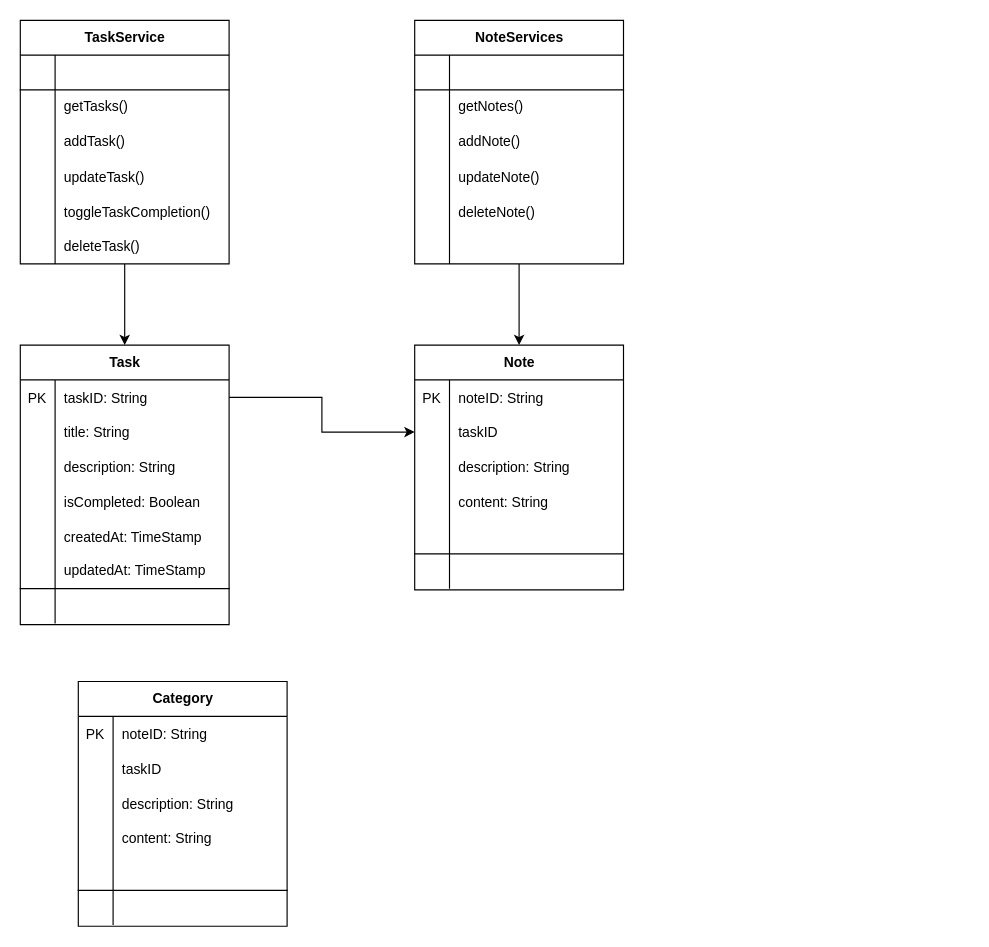
This is img/TaskManager.drawio from ngnhonk/Flutter-Nhom-02, a draw.io file, before an edit. Source tidied: cells renumbered, new cells numbered last; positions are measured from the earlier drawing's top-left corner, leaving out a move shared by most shapes. Both pictures are drawn from the tidied source at 116%, with x=0, y=0 at pixel (20, 20).
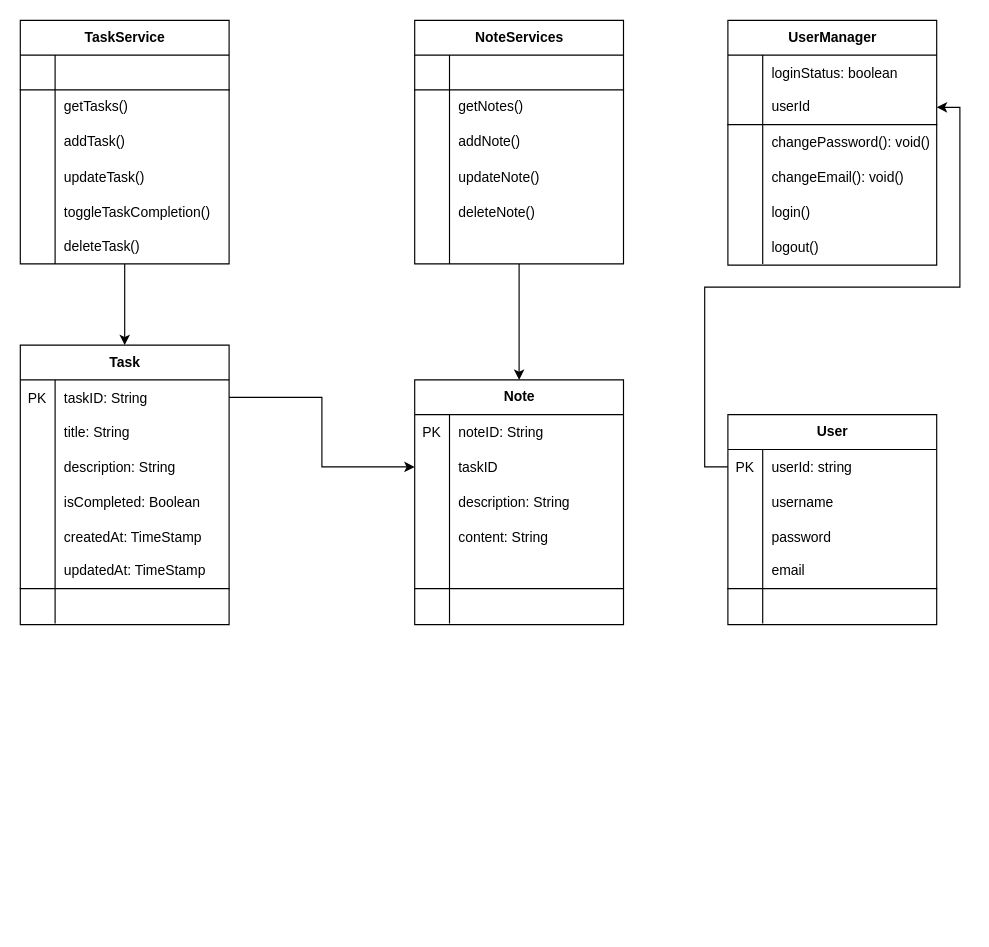
The same page after the edit.

The edit, as a diff of the source:
```diff
@@
     <mxCell id="24" value="&lt;b&gt;Note&lt;/b&gt;" style="shape=table;startSize=30;childLayout=tableLayout;rowLines=0;fontStyle=0;align=center;html=1;" parent="1" vertex="1">
-      <mxGeometry x="340" y="280" width="180" height="211" as="geometry" />
+      <mxGeometry x="340" y="310" width="180" height="211" as="geometry" />
     </mxCell>
@@
-    <mxCell id="44" value="&lt;b&gt;Category&lt;/b&gt;" style="shape=table;startSize=30;childLayout=tableLayout;rowLines=0;fontStyle=0;align=center;html=1;" parent="1" vertex="1">
-      <mxGeometry x="50" y="570" width="180" height="211" as="geometry" />
-    </mxCell>
-    <mxCell id="45" style="shape=tableRow;horizontal=0;startSize=0;swimlaneHead=0;swimlaneBody=0;fillColor=none;points=[[0,0.5],[1,0.5]];portConstraint=eastwest;top=0;left=0;right=0;bottom=0;fontStyle=0;" parent="44" vertex="1">
-      <mxGeometry y="30" width="180" height="30" as="geometry" />
-    </mxCell>
-    <mxCell id="46" value="PK" style="shape=partialRectangle;fillColor=none;top=0;left=0;bottom=0;right=0;overflow=hidden;fontStyle=0;" parent="45" vertex="1">
-      <mxGeometry width="30" height="30" as="geometry" />
-    </mxCell>
-    <mxCell id="47" value="noteID: String" style="shape=partialRectangle;fillColor=none;top=0;left=0;bottom=0;right=0;align=left;spacingLeft=6;overflow=hidden;fontStyle=0;" parent="45" vertex="1">
-      <mxGeometry x="30" width="150" height="30" as="geometry" />
-    </mxCell>
-    <mxCell id="48" style="shape=tableRow;horizontal=0;startSize=0;swimlaneHead=0;swimlaneBody=0;fillColor=none;top=0;left=0;right=0;bottom=0;" parent="44" vertex="1">
-      <mxGeometry y="60" width="180" height="30" as="geometry" />
-    </mxCell>
-    <mxCell id="49" style="shape=partialRectangle;fillColor=none;top=0;left=0;bottom=0;right=0;overflow=hidden;" parent="48" vertex="1">
-      <mxGeometry width="30" height="30" as="geometry" />
-    </mxCell>
-    <mxCell id="50" value="taskID" style="shape=partialRectangle;fillColor=none;top=0;left=0;bottom=0;right=0;align=left;spacingLeft=6;overflow=hidden;" parent="48" vertex="1">
-      <mxGeometry x="30" width="150" height="30" as="geometry" />
-    </mxCell>
-    <mxCell id="51" style="shape=tableRow;horizontal=0;startSize=0;swimlaneHead=0;swimlaneBody=0;fillColor=none;top=0;left=0;right=0;bottom=0;fontStyle=0;" parent="44" vertex="1">
-      <mxGeometry y="90" width="180" height="30" as="geometry" />
-    </mxCell>
-    <mxCell id="52" style="shape=partialRectangle;fillColor=none;top=0;left=0;bottom=0;right=0;overflow=hidden;fontStyle=0;" parent="51" vertex="1">
-      <mxGeometry width="30" height="30" as="geometry" />
-    </mxCell>
-    <mxCell id="53" value="description: String" style="shape=partialRectangle;fillColor=none;top=0;left=0;bottom=0;right=0;align=left;spacingLeft=6;overflow=hidden;fontStyle=0;" parent="51" vertex="1">
-      <mxGeometry x="30" width="150" height="30" as="geometry" />
-    </mxCell>
-    <mxCell id="54" style="shape=tableRow;horizontal=0;startSize=0;swimlaneHead=0;swimlaneBody=0;fillColor=none;top=0;left=0;right=0;bottom=0;" parent="44" vertex="1">
-      <mxGeometry y="120" width="180" height="30" as="geometry" />
-    </mxCell>
-    <mxCell id="55" style="shape=partialRectangle;fillColor=none;top=0;left=0;bottom=0;right=0;overflow=hidden;" parent="54" vertex="1">
-      <mxGeometry width="30" height="30" as="geometry" />
-    </mxCell>
-    <mxCell id="56" value="content: String" style="shape=partialRectangle;fillColor=none;top=0;left=0;bottom=0;right=0;align=left;spacingLeft=6;overflow=hidden;" parent="54" vertex="1">
-      <mxGeometry x="30" width="150" height="30" as="geometry" />
-    </mxCell>
-    <mxCell id="57" style="shape=tableRow;horizontal=0;startSize=0;swimlaneHead=0;swimlaneBody=0;fillColor=none;top=0;left=0;right=0;bottom=1;fontStyle=0;" parent="44" vertex="1">
-      <mxGeometry y="150" width="180" height="30" as="geometry" />
-    </mxCell>
-    <mxCell id="58" style="shape=partialRectangle;fillColor=none;top=0;left=0;bottom=0;right=0;fontStyle=0;overflow=hidden;whiteSpace=wrap;html=1;" parent="57" vertex="1">
-      <mxGeometry width="30" height="30" as="geometry" />
-    </mxCell>
-    <mxCell id="59" style="shape=partialRectangle;fillColor=none;top=0;left=0;bottom=0;right=0;align=left;spacingLeft=6;fontStyle=0;overflow=hidden;whiteSpace=wrap;html=1;" parent="57" vertex="1">
-      <mxGeometry x="30" width="150" height="30" as="geometry" />
-    </mxCell>
-    <mxCell id="60" style="shape=tableRow;horizontal=0;startSize=0;swimlaneHead=0;swimlaneBody=0;fillColor=none;top=0;left=0;right=0;bottom=0;" parent="44" vertex="1">
-      <mxGeometry y="180" width="180" height="30" as="geometry" />
-    </mxCell>
-    <mxCell id="61" style="shape=partialRectangle;fillColor=none;top=0;left=0;bottom=0;right=0;overflow=hidden;" parent="60" vertex="1">
-      <mxGeometry width="30" height="30" as="geometry" />
-    </mxCell>
-    <mxCell id="62" style="shape=partialRectangle;fillColor=none;top=0;left=0;bottom=0;right=0;align=left;spacingLeft=6;overflow=hidden;" parent="60" vertex="1">
-      <mxGeometry x="30" width="150" height="30" as="geometry" />
-    </mxCell>
@@
+    <mxCell id="103" value="&lt;b&gt;User&lt;/b&gt;" style="shape=table;startSize=30;childLayout=tableLayout;rowLines=0;fontStyle=0;align=center;html=1;" parent="1" vertex="1">
+      <mxGeometry x="610" y="340" width="180" height="181" as="geometry" />
+    </mxCell>
+    <mxCell id="45" style="shape=tableRow;horizontal=0;startSize=0;swimlaneHead=0;swimlaneBody=0;fillColor=none;points=[[0,0.5],[1,0.5]];portConstraint=eastwest;top=0;left=0;right=0;bottom=0;fontStyle=0;" parent="103" vertex="1">
+      <mxGeometry y="30" width="180" height="30" as="geometry" />
+    </mxCell>
+    <mxCell id="46" value="PK" style="shape=partialRectangle;fillColor=none;top=0;left=0;bottom=0;right=0;overflow=hidden;fontStyle=0;" parent="45" vertex="1">
+      <mxGeometry width="30" height="30" as="geometry" />
+    </mxCell>
+    <mxCell id="104" value="userId: string" style="shape=partialRectangle;fillColor=none;top=0;left=0;bottom=0;right=0;align=left;spacingLeft=6;overflow=hidden;fontStyle=0;" parent="45" vertex="1">
+      <mxGeometry x="30" width="150" height="30" as="geometry" />
+    </mxCell>
+    <mxCell id="48" style="shape=tableRow;horizontal=0;startSize=0;swimlaneHead=0;swimlaneBody=0;fillColor=none;top=0;left=0;right=0;bottom=0;" parent="103" vertex="1">
+      <mxGeometry y="60" width="180" height="30" as="geometry" />
+    </mxCell>
+    <mxCell id="105" style="shape=partialRectangle;fillColor=none;top=0;left=0;bottom=0;right=0;overflow=hidden;" parent="48" vertex="1">
+      <mxGeometry width="30" height="30" as="geometry" />
+    </mxCell>
+    <mxCell id="106" value="username" style="shape=partialRectangle;fillColor=none;top=0;left=0;bottom=0;right=0;align=left;spacingLeft=6;overflow=hidden;" parent="48" vertex="1">
+      <mxGeometry x="30" width="150" height="30" as="geometry" />
+    </mxCell>
+    <mxCell id="107" style="shape=tableRow;horizontal=0;startSize=0;swimlaneHead=0;swimlaneBody=0;fillColor=none;top=0;left=0;right=0;bottom=0;" parent="103" vertex="1">
+      <mxGeometry y="90" width="180" height="30" as="geometry" />
+    </mxCell>
+    <mxCell id="108" style="shape=partialRectangle;fillColor=none;top=0;left=0;bottom=0;right=0;overflow=hidden;" parent="107" vertex="1">
+      <mxGeometry width="30" height="30" as="geometry" />
+    </mxCell>
+    <mxCell id="109" value="password" style="shape=partialRectangle;fillColor=none;top=0;left=0;bottom=0;right=0;align=left;spacingLeft=6;overflow=hidden;" parent="107" vertex="1">
+      <mxGeometry x="30" width="150" height="30" as="geometry" />
+    </mxCell>
+    <mxCell id="110" style="shape=tableRow;horizontal=0;startSize=0;swimlaneHead=0;swimlaneBody=0;fillColor=none;top=0;left=0;right=0;bottom=1;fontStyle=0;" parent="103" vertex="1">
+      <mxGeometry y="120" width="180" height="30" as="geometry" />
+    </mxCell>
+    <mxCell id="111" style="shape=partialRectangle;fillColor=none;top=0;left=0;bottom=0;right=0;fontStyle=0;overflow=hidden;whiteSpace=wrap;html=1;" parent="110" vertex="1">
+      <mxGeometry width="30" height="30" as="geometry" />
+    </mxCell>
+    <mxCell id="112" value="email" style="shape=partialRectangle;fillColor=none;top=0;left=0;bottom=0;right=0;align=left;spacingLeft=6;fontStyle=0;overflow=hidden;whiteSpace=wrap;html=1;" parent="110" vertex="1">
+      <mxGeometry x="30" width="150" height="30" as="geometry" />
+    </mxCell>
+    <mxCell id="113" style="shape=tableRow;horizontal=0;startSize=0;swimlaneHead=0;swimlaneBody=0;fillColor=none;top=0;left=0;right=0;bottom=0;" parent="103" vertex="1">
+      <mxGeometry y="150" width="180" height="30" as="geometry" />
+    </mxCell>
+    <mxCell id="114" style="shape=partialRectangle;fillColor=none;top=0;left=0;bottom=0;right=0;overflow=hidden;" parent="113" vertex="1">
+      <mxGeometry width="30" height="30" as="geometry" />
+    </mxCell>
+    <mxCell id="62" style="shape=partialRectangle;fillColor=none;top=0;left=0;bottom=0;right=0;align=left;spacingLeft=6;overflow=hidden;" parent="113" vertex="1">
+      <mxGeometry x="30" width="150" height="30" as="geometry" />
+    </mxCell>
+    <mxCell id="115" value="&lt;b&gt;UserManager&lt;/b&gt;" style="shape=table;startSize=30;childLayout=tableLayout;rowLines=0;fontStyle=0;align=center;html=1;" parent="1" vertex="1">
+      <mxGeometry x="610" width="180" height="211" as="geometry" />
+    </mxCell>
+    <mxCell id="116" style="shape=tableRow;horizontal=0;startSize=0;swimlaneHead=0;swimlaneBody=0;fillColor=none;top=0;left=0;right=0;bottom=0;" parent="115" vertex="1">
+      <mxGeometry y="30" width="180" height="30" as="geometry" />
+    </mxCell>
+    <mxCell id="117" style="shape=partialRectangle;fillColor=none;top=0;left=0;bottom=0;right=0;overflow=hidden;" parent="116" vertex="1">
+      <mxGeometry width="30" height="30" as="geometry" />
+    </mxCell>
+    <mxCell id="118" value="loginStatus: boolean" style="shape=partialRectangle;fillColor=none;top=0;left=0;bottom=0;right=0;align=left;spacingLeft=6;overflow=hidden;" parent="116" vertex="1">
+      <mxGeometry x="30" width="150" height="30" as="geometry" />
+    </mxCell>
+    <mxCell id="119" style="shape=tableRow;horizontal=0;startSize=0;swimlaneHead=0;swimlaneBody=0;fillColor=none;points=[[0,0.5],[1,0.5]];portConstraint=eastwest;top=0;left=0;right=0;bottom=1;fontStyle=0;" parent="115" vertex="1">
+      <mxGeometry y="60" width="180" height="30" as="geometry" />
+    </mxCell>
+    <mxCell id="120" style="shape=partialRectangle;fillColor=none;top=0;left=0;bottom=0;right=0;fontStyle=0;overflow=hidden;whiteSpace=wrap;html=1;" parent="119" vertex="1">
+      <mxGeometry width="30" height="30" as="geometry" />
+    </mxCell>
+    <mxCell id="121" value="userId" style="shape=partialRectangle;fillColor=none;top=0;left=0;bottom=0;right=0;align=left;spacingLeft=6;fontStyle=0;overflow=hidden;whiteSpace=wrap;html=1;" parent="119" vertex="1">
+      <mxGeometry x="30" width="150" height="30" as="geometry" />
+    </mxCell>
+    <mxCell id="122" style="shape=tableRow;horizontal=0;startSize=0;swimlaneHead=0;swimlaneBody=0;fillColor=none;top=0;left=0;right=0;bottom=0;" parent="115" vertex="1">
+      <mxGeometry y="90" width="180" height="30" as="geometry" />
+    </mxCell>
+    <mxCell id="123" style="shape=partialRectangle;fillColor=none;top=0;left=0;bottom=0;right=0;overflow=hidden;" parent="122" vertex="1">
+      <mxGeometry width="30" height="30" as="geometry" />
+    </mxCell>
+    <mxCell id="124" value="changePassword(): void()" style="shape=partialRectangle;fillColor=none;top=0;left=0;bottom=0;right=0;align=left;spacingLeft=6;overflow=hidden;" parent="122" vertex="1">
+      <mxGeometry x="30" width="150" height="30" as="geometry" />
+    </mxCell>
+    <mxCell id="54" style="shape=tableRow;horizontal=0;startSize=0;swimlaneHead=0;swimlaneBody=0;fillColor=none;top=0;left=0;right=0;bottom=0;" parent="115" vertex="1">
+      <mxGeometry y="120" width="180" height="30" as="geometry" />
+    </mxCell>
+    <mxCell id="125" style="shape=partialRectangle;fillColor=none;top=0;left=0;bottom=0;right=0;overflow=hidden;" parent="54" vertex="1">
+      <mxGeometry width="30" height="30" as="geometry" />
+    </mxCell>
+    <mxCell id="126" value="changeEmail(): void()" style="shape=partialRectangle;fillColor=none;top=0;left=0;bottom=0;right=0;align=left;spacingLeft=6;overflow=hidden;" parent="54" vertex="1">
+      <mxGeometry x="30" width="150" height="30" as="geometry" />
+    </mxCell>
+    <mxCell id="127" style="shape=tableRow;horizontal=0;startSize=0;swimlaneHead=0;swimlaneBody=0;fillColor=none;top=0;left=0;right=0;bottom=0;" parent="115" vertex="1">
+      <mxGeometry y="150" width="180" height="30" as="geometry" />
+    </mxCell>
+    <mxCell id="128" style="shape=partialRectangle;fillColor=none;top=0;left=0;bottom=0;right=0;overflow=hidden;" parent="127" vertex="1">
+      <mxGeometry width="30" height="30" as="geometry" />
+    </mxCell>
+    <mxCell id="129" value="login()" style="shape=partialRectangle;fillColor=none;top=0;left=0;bottom=0;right=0;align=left;spacingLeft=6;overflow=hidden;" parent="127" vertex="1">
+      <mxGeometry x="30" width="150" height="30" as="geometry" />
+    </mxCell>
+    <mxCell id="60" style="shape=tableRow;horizontal=0;startSize=0;swimlaneHead=0;swimlaneBody=0;fillColor=none;top=0;left=0;right=0;bottom=0;" parent="115" vertex="1">
+      <mxGeometry y="180" width="180" height="30" as="geometry" />
+    </mxCell>
+    <mxCell id="130" style="shape=partialRectangle;fillColor=none;top=0;left=0;bottom=0;right=0;overflow=hidden;" parent="60" vertex="1">
+      <mxGeometry width="30" height="30" as="geometry" />
+    </mxCell>
+    <mxCell id="131" value="logout()" style="shape=partialRectangle;fillColor=none;top=0;left=0;bottom=0;right=0;align=left;spacingLeft=6;overflow=hidden;" parent="60" vertex="1">
+      <mxGeometry x="30" width="150" height="30" as="geometry" />
+    </mxCell>
+    <mxCell id="132" style="edgeStyle=orthogonalEdgeStyle;rounded=0;jettySize=auto;html=1;" parent="1" edge="1" source="45" target="119">
+      <mxGeometry relative="1" as="geometry" />
+    </mxCell>
```
